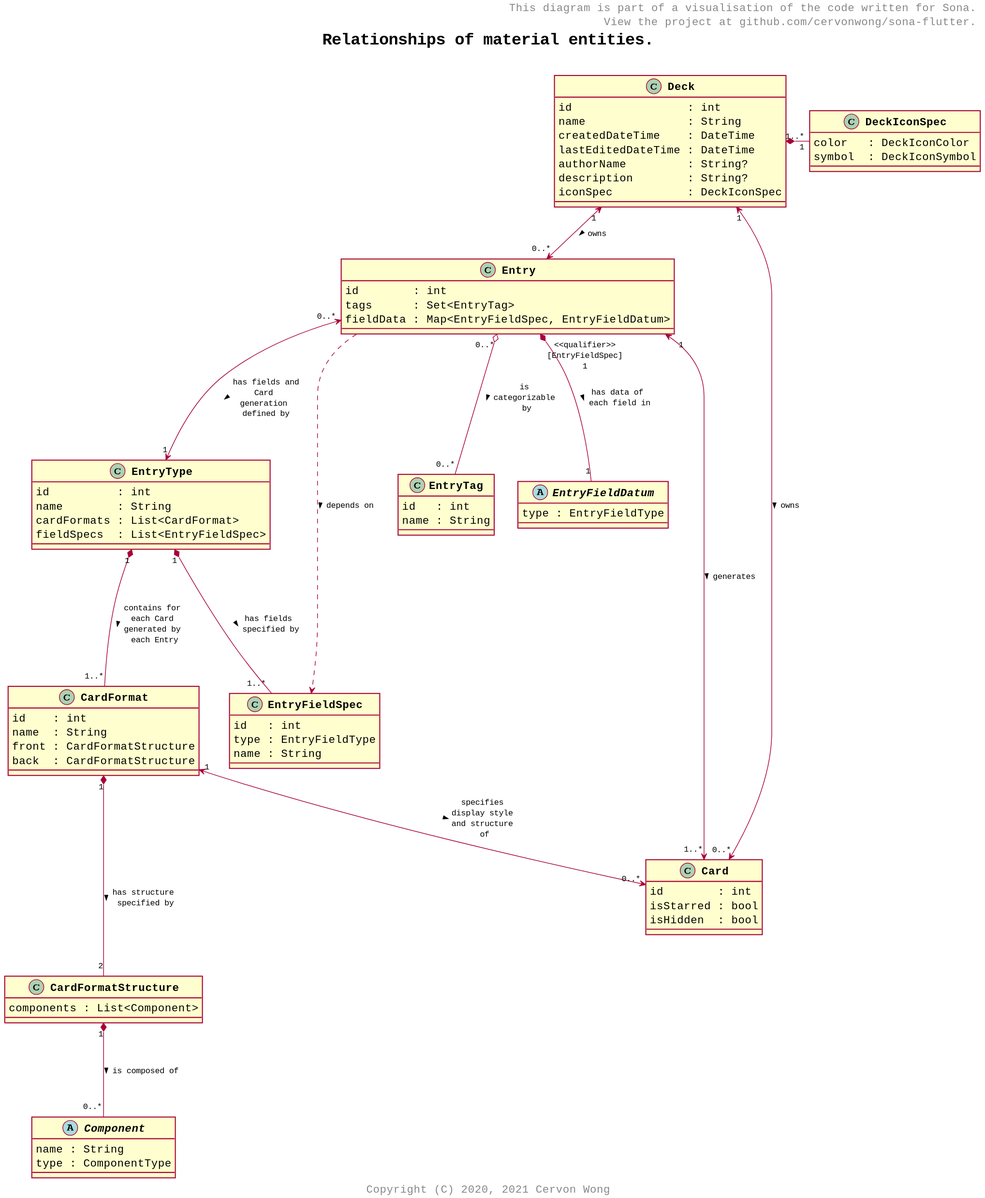
This is docs/puml/material_entities.svg from cervonwong/sona-flutter, a PlantUML export, as it was before one commit.
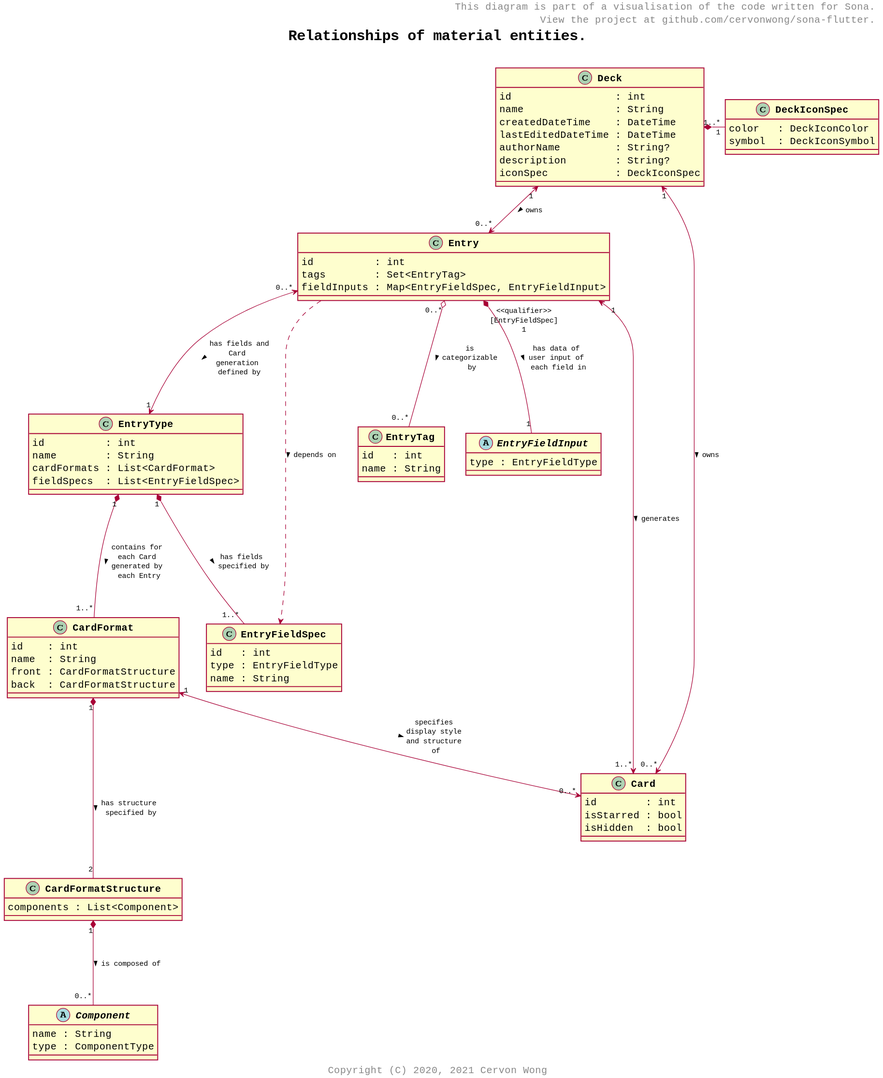
After the change.

Commit message:
Docs(puml): Rename `EntryFieldDatum` to `EntryFieldInput`, `fieldData` in `Entry` to `fieldInputs`

What changed in the source:
```diff
@@ -20,9 +20,9 @@
 }
 
 class Entry {
-	id        : int
-	tags      : Set<EntryTag>
-	fieldData : Map<EntryFieldSpec, EntryFieldDatum>
+	id          : int
+	tags        : Set<EntryTag>
+	fieldInputs : Map<EntryFieldSpec, EntryFieldInput>
 }
 
 class Deck {
@@ -45,7 +45,7 @@
 	name : String
 }
 
-abstract class EntryFieldDatum {
+abstract class EntryFieldInput {
 	type : EntryFieldType
 }
 
@@ -83,7 +83,7 @@
 Entry               "1"                                  <--> "1..*" Card                : generates >
 Deck                "1"                                  <--> "0..*" Card                : owns >
 Entry               "0..*"                               o--- "0..*" EntryTag            : is categorizable by >
-Entry               "<<qualifier>>\n[EntryFieldSpec]\n1" *--- "1"    EntryFieldDatum     : has data of each field in >
+Entry               "<<qualifier>>\n[EntryFieldSpec]\n1" *--- "1"    EntryFieldInput     : has data of user input of each field in >
 Entry                                                    ..>         EntryFieldSpec      : depends on >
 Entry               "0..*"                               <---> "1"   EntryType           : has fields and Card generation defined by >
 EntryType           "1"                                  *--- "1..*" CardFormat          : contains for each Card generated by each Entry >
```
